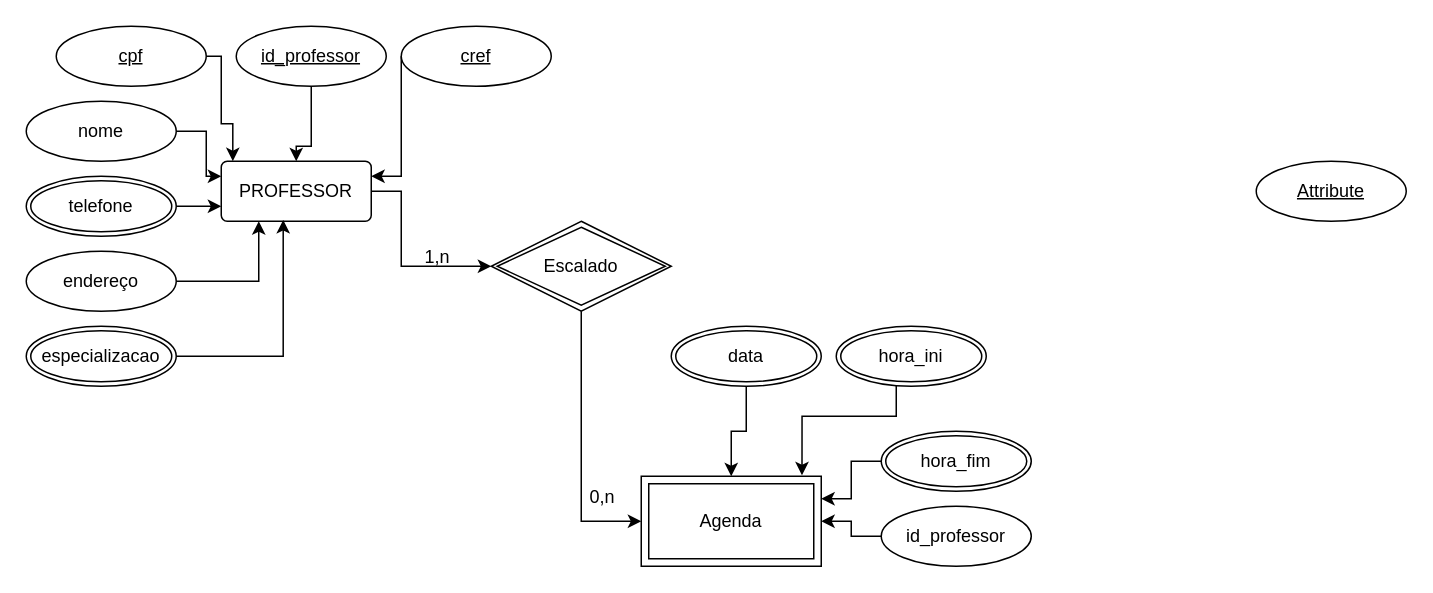
Before: pastateste/diagramaacademia.drawio in RafaelaSantos/repositorio_rafa, a draw.io diagram. Source tidied: cells renumbered, new cells numbered last; positions are measured from the earlier drawing's top-left corner, leaving out a move shared by most shapes. Both pictures are drawn from the tidied source at 150%, with x=0, y=0 at pixel (26, 26).
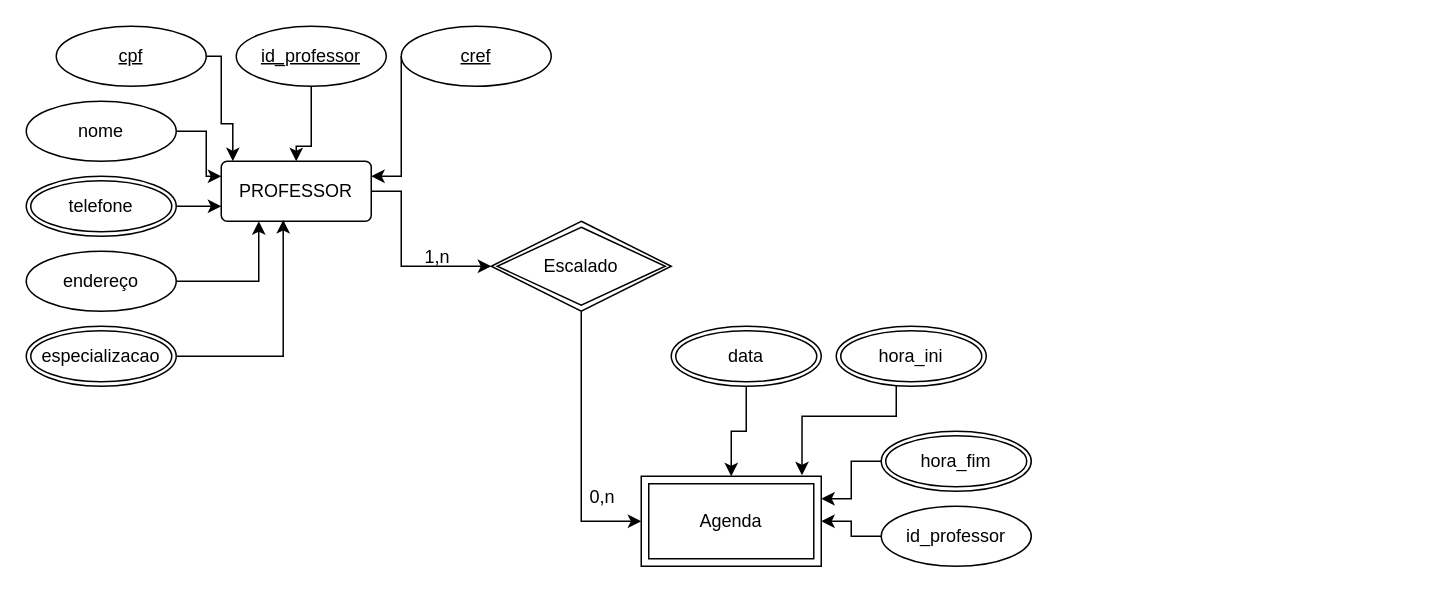
The same page after the edit.

Change to the diagram source:
```diff
@@
-    <mxCell id="13" value="Attribute" style="ellipse;whiteSpace=wrap;html=1;align=center;fontStyle=4;" parent="1" vertex="1">
-      <mxGeometry x="820" y="90" width="100" height="40" as="geometry" />
-    </mxCell>
```
